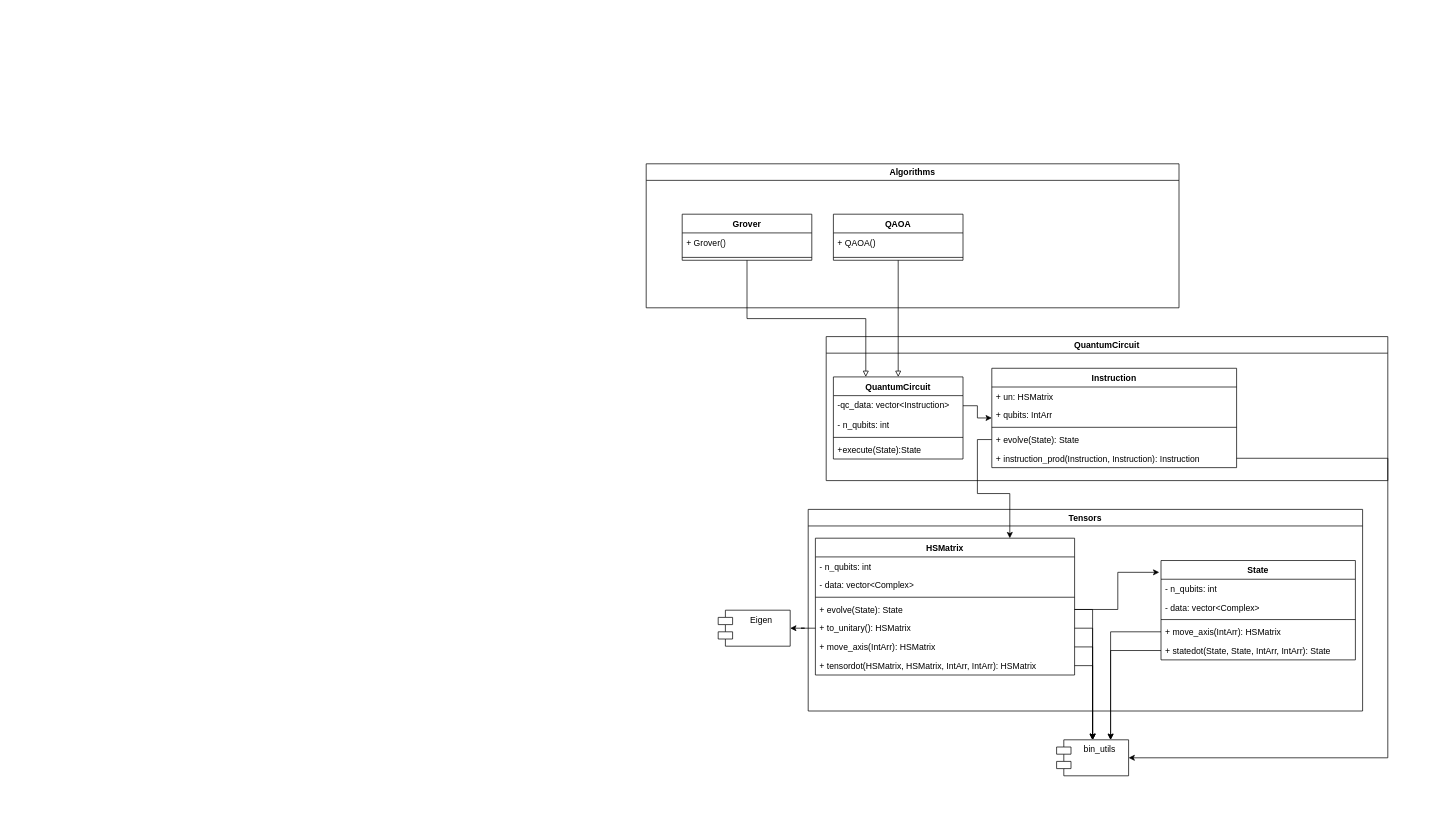
Before: Untitled Diagram.drawio in DanilkaFish/QuantumSim, a draw.io diagram. Source tidied: cells renumbered, new cells numbered last; positions are measured from the earlier drawing's top-left corner, leaving out a move shared by most shapes. Both pictures are drawn from the tidied source at 72%, with x=0, y=0 at pixel (646, 163).
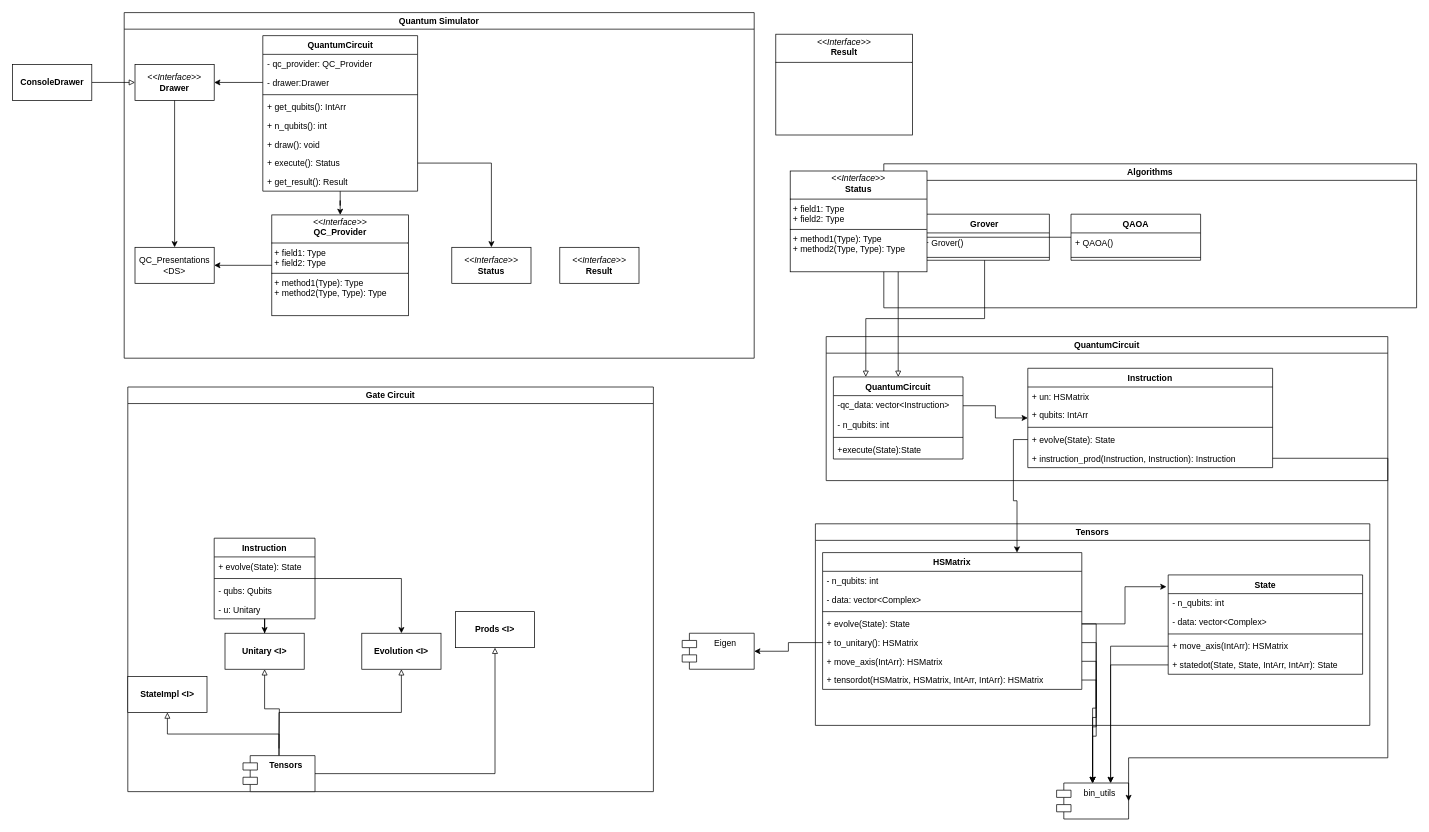
Above is the later version.

Unchanged cells that the change refers to:
```xml
<mxCell id="18" value="&lt;div&gt;QuantumCircuit&lt;/div&gt;" style="swimlane;whiteSpace=wrap;html=1;" parent="1" vertex="1">
  <mxGeometry x="250" y="240" width="780" height="200" as="geometry" />
</mxCell>
```

What changed in the source:
```diff
@@
     <mxCell id="2" value="&lt;div&gt;Tensors&lt;/div&gt;" style="swimlane;whiteSpace=wrap;html=1;rounded=0;" parent="1" vertex="1">
-      <mxGeometry x="225" y="480" width="770" height="280" as="geometry" />
+      <mxGeometry x="235" y="500" width="770" height="280" as="geometry" />
     </mxCell>
@@
     <mxCell id="24" value="Instruction" style="swimlane;fontStyle=1;align=center;verticalAlign=top;horizontal=1;startSize=26;whiteSpace=wrap;html=1;" parent="18" vertex="1">
-      <mxGeometry x="230" y="44" width="340" height="138" as="geometry" />
+      <mxGeometry x="280" y="44" width="340" height="138" as="geometry" />
     </mxCell>
@@
     <mxCell id="31" value="&lt;div&gt;Algorithms&lt;/div&gt;" style="swimlane;whiteSpace=wrap;html=1;" parent="1" vertex="1">
-      <mxGeometry width="740" height="200" as="geometry" />
+      <mxGeometry x="330" width="740" height="200" as="geometry" />
     </mxCell>
@@
     <mxCell id="38" value="&lt;div&gt;Eigen&lt;/div&gt;&lt;div&gt;&lt;br&gt;&lt;/div&gt;" style="shape=module;align=left;spacingLeft=20;align=center;verticalAlign=top;whiteSpace=wrap;html=1;" parent="1" vertex="1">
-      <mxGeometry x="100" y="620" width="100" height="50" as="geometry" />
+      <mxGeometry x="50" y="652" width="100" height="50" as="geometry" />
     </mxCell>
@@
     <mxCell id="40" value="&lt;div&gt;bin_utils&lt;/div&gt;" style="shape=module;align=left;spacingLeft=20;align=center;verticalAlign=top;whiteSpace=wrap;html=1;" parent="1" vertex="1">
-      <mxGeometry x="570" y="800" width="100" height="50" as="geometry" />
+      <mxGeometry x="570" y="860" width="100" height="50" as="geometry" />
     </mxCell>
@@
+    <mxCell id="51" value="&lt;div&gt;Gate Circuit&lt;/div&gt;" style="swimlane;whiteSpace=wrap;html=1;" parent="1" vertex="1">
+      <mxGeometry x="-720" y="310" width="730" height="562" as="geometry" />
+    </mxCell>
+    <mxCell id="52" value="&lt;b&gt;Evolution &amp;lt;I&amp;gt;&lt;/b&gt;" style="html=1;whiteSpace=wrap;" parent="51" vertex="1">
+      <mxGeometry x="325" y="342" width="110" height="50" as="geometry" />
+    </mxCell>
+    <mxCell id="53" style="edgeStyle=orthogonalEdgeStyle;rounded=0;jettySize=auto;html=1;entryX=0.5;entryY=1;entryDx=0;entryDy=0;endArrow=block;endFill=0;exitX=0.5;exitY=0;exitDx=0;exitDy=0;" parent="51" edge="1" source="58" target="52">
+      <mxGeometry relative="1" as="geometry" />
+    </mxCell>
+    <mxCell id="54" style="edgeStyle=orthogonalEdgeStyle;rounded=0;jettySize=auto;html=1;exitX=1;exitY=0.5;exitDx=0;exitDy=0;entryX=0.5;entryY=1;entryDx=0;entryDy=0;endArrow=block;endFill=0;" parent="51" edge="1" source="58" target="55">
+      <mxGeometry relative="1" as="geometry" />
+    </mxCell>
+    <mxCell id="55" value="&lt;b&gt;Prods &amp;lt;I&amp;gt;&lt;/b&gt;" style="html=1;whiteSpace=wrap;" parent="51" vertex="1">
+      <mxGeometry x="455" y="312" width="110" height="50" as="geometry" />
+    </mxCell>
+    <mxCell id="56" style="edgeStyle=orthogonalEdgeStyle;rounded=0;jettySize=auto;html=1;entryX=0.5;entryY=1;entryDx=0;entryDy=0;endArrow=block;endFill=0;" parent="51" edge="1" target="74">
+      <mxGeometry relative="1" as="geometry">
+        <mxPoint x="210" y="502" as="sourcePoint" />
+      </mxGeometry>
+    </mxCell>
+    <mxCell id="57" style="edgeStyle=orthogonalEdgeStyle;rounded=0;jettySize=auto;html=1;exitX=0.5;exitY=0;exitDx=0;exitDy=0;entryX=0.5;entryY=1;entryDx=0;entryDy=0;endArrow=block;endFill=0;" parent="51" edge="1" source="58" target="75">
+      <mxGeometry relative="1" as="geometry" />
+    </mxCell>
+    <mxCell id="58" value="&lt;b&gt;Tensors&lt;/b&gt;" style="shape=module;align=left;spacingLeft=20;align=center;verticalAlign=top;whiteSpace=wrap;html=1;" parent="51" vertex="1">
+      <mxGeometry x="160" y="512" width="100" height="50" as="geometry" />
+    </mxCell>
+    <mxCell id="59" style="edgeStyle=orthogonalEdgeStyle;rounded=0;jettySize=auto;html=1;entryX=0.5;entryY=0;entryDx=0;entryDy=0;" parent="51" edge="1" source="61" target="52">
+      <mxGeometry relative="1" as="geometry" />
+    </mxCell>
+    <mxCell id="60" style="edgeStyle=orthogonalEdgeStyle;rounded=0;jettySize=auto;html=1;entryX=0.5;entryY=0;entryDx=0;entryDy=0;" parent="51" edge="1" source="61" target="74">
+      <mxGeometry relative="1" as="geometry" />
+    </mxCell>
+    <mxCell id="61" value="Instruction" style="swimlane;fontStyle=1;align=center;verticalAlign=top;horizontal=1;startSize=26;whiteSpace=wrap;html=1;" parent="51" vertex="1">
+      <mxGeometry x="120" y="210" width="140" height="112" as="geometry" />
+    </mxCell>
+    <mxCell id="62" style="text;strokeColor=none;fillColor=none;align=left;verticalAlign=top;spacingLeft=4;spacingRight=4;overflow=hidden;whiteSpace=wrap;html=1;" parent="61" vertex="1">
+      <mxGeometry y="26" width="140" height="26" as="geometry" />
+    </mxCell>
+    <mxCell id="63" style="text;strokeColor=none;fillColor=none;align=left;verticalAlign=top;spacingLeft=4;spacingRight=4;overflow=hidden;whiteSpace=wrap;html=1;" parent="61" vertex="1">
+      <mxGeometry y="26" width="140" height="26" as="geometry" />
+    </mxCell>
+    <mxCell id="64" style="text;strokeColor=none;fillColor=none;align=left;verticalAlign=top;spacingLeft=4;spacingRight=4;overflow=hidden;whiteSpace=wrap;html=1;" parent="61" vertex="1">
+      <mxGeometry y="26" width="140" height="26" as="geometry" />
+    </mxCell>
+    <mxCell id="65" value="+ evolve(State): State" style="text;strokeColor=none;fillColor=none;align=left;verticalAlign=top;spacingLeft=4;spacingRight=4;overflow=hidden;whiteSpace=wrap;html=1;" parent="61" vertex="1">
+      <mxGeometry y="26" width="140" height="26" as="geometry" />
+    </mxCell>
+    <mxCell id="66" style="text;strokeColor=none;fillColor=none;align=left;verticalAlign=top;spacingLeft=4;spacingRight=4;overflow=hidden;whiteSpace=wrap;html=1;" parent="61" vertex="1">
+      <mxGeometry y="26" width="140" height="26" as="geometry" />
+    </mxCell>
+    <mxCell id="67" style="text;strokeColor=none;fillColor=none;align=left;verticalAlign=top;spacingLeft=4;spacingRight=4;overflow=hidden;whiteSpace=wrap;html=1;" parent="61" vertex="1">
+      <mxGeometry y="26" width="140" height="26" as="geometry" />
+    </mxCell>
+    <mxCell id="68" style="text;strokeColor=none;fillColor=none;align=left;verticalAlign=top;spacingLeft=4;spacingRight=4;overflow=hidden;whiteSpace=wrap;html=1;" parent="61" vertex="1">
+      <mxGeometry y="26" width="140" height="26" as="geometry" />
+    </mxCell>
+    <mxCell id="69" style="text;strokeColor=none;fillColor=none;align=left;verticalAlign=top;spacingLeft=4;spacingRight=4;overflow=hidden;whiteSpace=wrap;html=1;" parent="61" vertex="1">
+      <mxGeometry y="26" width="140" height="26" as="geometry" />
+    </mxCell>
+    <mxCell id="70" style="text;strokeColor=none;fillColor=none;align=left;verticalAlign=top;spacingLeft=4;spacingRight=4;overflow=hidden;whiteSpace=wrap;html=1;" parent="61" vertex="1">
+      <mxGeometry y="26" width="140" height="26" as="geometry" />
+    </mxCell>
+    <mxCell id="71" style="line;strokeWidth=1;fillColor=none;align=left;verticalAlign=middle;spacingTop=-1;spacingLeft=3;spacingRight=3;labelPosition=right;strokeColor=inherit;" parent="61" vertex="1">
+      <mxGeometry y="52" width="140" height="8" as="geometry" />
+    </mxCell>
+    <mxCell id="72" value="- qubs: Qubits" style="text;strokeColor=none;fillColor=none;align=left;verticalAlign=top;spacingLeft=4;spacingRight=4;overflow=hidden;whiteSpace=wrap;html=1;" parent="61" vertex="1">
+      <mxGeometry y="60" width="140" height="26" as="geometry" />
+    </mxCell>
+    <mxCell id="73" value="- u: Unitary" style="text;strokeColor=none;fillColor=none;align=left;verticalAlign=top;spacingLeft=4;spacingRight=4;overflow=hidden;whiteSpace=wrap;html=1;" parent="61" vertex="1">
+      <mxGeometry y="86" width="140" height="26" as="geometry" />
+    </mxCell>
+    <mxCell id="74" value="&lt;b&gt;Unitary &amp;lt;I&amp;gt;&lt;/b&gt;" style="html=1;whiteSpace=wrap;" parent="51" vertex="1">
+      <mxGeometry x="135" y="342" width="110" height="50" as="geometry" />
+    </mxCell>
+    <mxCell id="75" value="&lt;b&gt;StateImpl &amp;lt;I&amp;gt;&lt;/b&gt;" style="html=1;whiteSpace=wrap;" parent="51" vertex="1">
+      <mxGeometry y="402" width="110" height="50" as="geometry" />
+    </mxCell>
+    <mxCell id="76" style="edgeStyle=orthogonalEdgeStyle;rounded=0;jettySize=auto;html=1;entryX=0;entryY=0.5;entryDx=0;entryDy=0;endArrow=block;endFill=0;" parent="1" edge="1" source="77" target="95">
+      <mxGeometry relative="1" as="geometry" />
+    </mxCell>
+    <mxCell id="77" value="&lt;b&gt;ConsoleDrawer&lt;/b&gt;" style="html=1;whiteSpace=wrap;" parent="1" vertex="1">
+      <mxGeometry x="-880" y="-138" width="110" height="50" as="geometry" />
+    </mxCell>
+    <mxCell id="78" value="Quantum Simulator" style="swimlane;whiteSpace=wrap;html=1;" parent="1" vertex="1">
+      <mxGeometry x="-725" y="-210" width="875" height="480" as="geometry" />
+    </mxCell>
+    <mxCell id="79" value="QC_Presentations &amp;lt;DS&amp;gt;" style="html=1;whiteSpace=wrap;" parent="78" vertex="1">
+      <mxGeometry x="15" y="326" width="110" height="50" as="geometry" />
+    </mxCell>
+    <mxCell id="80" value="&lt;p style=&quot;margin:0px;margin-top:4px;text-align:center;&quot;&gt;&lt;i&gt;&amp;lt;&amp;lt;Interface&amp;gt;&amp;gt;&lt;/i&gt;&lt;br&gt;&lt;b&gt;QC_Provider&lt;/b&gt;&lt;br&gt;&lt;/p&gt;&lt;hr size=&quot;1&quot; style=&quot;border-style:solid;&quot;&gt;&lt;p style=&quot;margin:0px;margin-left:4px;&quot;&gt;+ field1: Type&lt;br&gt;+ field2: Type&lt;/p&gt;&lt;hr size=&quot;1&quot; style=&quot;border-style:solid;&quot;&gt;&lt;p style=&quot;margin:0px;margin-left:4px;&quot;&gt;+ method1(Type): Type&lt;br&gt;+ method2(Type, Type): Type&lt;/p&gt;" style="verticalAlign=top;align=left;overflow=fill;html=1;whiteSpace=wrap;" parent="78" vertex="1">
+      <mxGeometry x="205" y="281" width="190" height="140" as="geometry" />
+    </mxCell>
+    <mxCell id="81" style="edgeStyle=orthogonalEdgeStyle;rounded=0;jettySize=auto;html=1;entryX=1;entryY=0.5;entryDx=0;entryDy=0;" parent="78" edge="1" source="80" target="79">
+      <mxGeometry relative="1" as="geometry" />
+    </mxCell>
+    <mxCell id="82" value="&lt;div&gt;&lt;i&gt;&amp;lt;&amp;lt;Interface&amp;gt;&amp;gt;&lt;br&gt;&lt;/i&gt;&lt;/div&gt;&lt;div&gt;&lt;b&gt;Result&lt;/b&gt;&lt;br&gt;&lt;/div&gt;" style="html=1;whiteSpace=wrap;" parent="78" vertex="1">
+      <mxGeometry x="605" y="326" width="110" height="50" as="geometry" />
+    </mxCell>
+    <mxCell id="83" value="&lt;div&gt;&lt;i&gt;&amp;lt;&amp;lt;Interface&amp;gt;&amp;gt;&lt;br&gt;&lt;/i&gt;&lt;/div&gt;&lt;div&gt;&lt;b&gt;Status&lt;/b&gt;&lt;/div&gt;" style="html=1;whiteSpace=wrap;" parent="78" vertex="1">
+      <mxGeometry x="455" y="326" width="110" height="50" as="geometry" />
+    </mxCell>
+    <mxCell id="84" value="QuantumCircuit" style="swimlane;fontStyle=1;align=center;verticalAlign=top;horizontal=1;startSize=26;whiteSpace=wrap;html=1;" parent="78" vertex="1">
+      <mxGeometry x="192.5" y="32" width="215" height="216" as="geometry" />
+    </mxCell>
+    <mxCell id="85" value="- qc_provider: QC_Provider" style="text;strokeColor=none;fillColor=none;align=left;verticalAlign=top;spacingLeft=4;spacingRight=4;overflow=hidden;whiteSpace=wrap;html=1;" parent="84" vertex="1">
+      <mxGeometry y="26" width="215" height="26" as="geometry" />
+    </mxCell>
+    <mxCell id="86" value="- drawer:Drawer" style="text;strokeColor=none;fillColor=none;align=left;verticalAlign=top;spacingLeft=4;spacingRight=4;overflow=hidden;points=[[0,0.5],[1,0.5]];portConstraint=eastwest;whiteSpace=wrap;html=1;" parent="84" vertex="1">
+      <mxGeometry y="52" width="215" height="26" as="geometry" />
+    </mxCell>
+    <mxCell id="87" style="line;strokeWidth=1;fillColor=none;align=left;verticalAlign=middle;spacingTop=-1;spacingLeft=3;spacingRight=3;labelPosition=right;strokeColor=inherit;" parent="84" vertex="1">
+      <mxGeometry y="78" width="215" height="8" as="geometry" />
+    </mxCell>
+    <mxCell id="88" value="+ get_qubits(): IntArr" style="text;strokeColor=none;fillColor=none;align=left;verticalAlign=top;spacingLeft=4;spacingRight=4;overflow=hidden;whiteSpace=wrap;html=1;" parent="84" vertex="1">
+      <mxGeometry y="86" width="215" height="26" as="geometry" />
+    </mxCell>
+    <mxCell id="89" value="+ n_qubits(): int" style="text;strokeColor=none;fillColor=none;align=left;verticalAlign=top;spacingLeft=4;spacingRight=4;overflow=hidden;whiteSpace=wrap;html=1;" parent="84" vertex="1">
+      <mxGeometry y="112" width="215" height="26" as="geometry" />
+    </mxCell>
+    <mxCell id="90" value="+ draw(): void" style="text;strokeColor=none;fillColor=none;align=left;verticalAlign=top;spacingLeft=4;spacingRight=4;overflow=hidden;whiteSpace=wrap;html=1;" parent="84" vertex="1">
+      <mxGeometry y="138" width="215" height="26" as="geometry" />
+    </mxCell>
+    <mxCell id="91" value="&lt;div&gt;+ execute(): Status&lt;br&gt;&lt;/div&gt;&amp;nbsp;" style="text;strokeColor=none;fillColor=none;align=left;verticalAlign=top;spacingLeft=4;spacingRight=4;overflow=hidden;points=[[0,0.5],[1,0.5]];portConstraint=eastwest;whiteSpace=wrap;html=1;" parent="84" vertex="1">
+      <mxGeometry y="164" width="215" height="26" as="geometry" />
+    </mxCell>
+    <mxCell id="92" value="+ get_result(): Result" style="text;strokeColor=none;fillColor=none;align=left;verticalAlign=top;spacingLeft=4;spacingRight=4;overflow=hidden;whiteSpace=wrap;html=1;" parent="84" vertex="1">
+      <mxGeometry y="190" width="215" height="26" as="geometry" />
+    </mxCell>
+    <mxCell id="93" style="edgeStyle=orthogonalEdgeStyle;rounded=0;jettySize=auto;html=1;entryX=0.5;entryY=0;entryDx=0;entryDy=0;" parent="78" edge="1" source="91" target="83">
+      <mxGeometry relative="1" as="geometry" />
+    </mxCell>
+    <mxCell id="94" style="edgeStyle=orthogonalEdgeStyle;rounded=0;jettySize=auto;html=1;entryX=0.5;entryY=0;entryDx=0;entryDy=0;" parent="78" edge="1" source="84" target="80">
+      <mxGeometry relative="1" as="geometry" />
+    </mxCell>
+    <mxCell id="95" value="&lt;i&gt;&amp;lt;&amp;lt;Interface&amp;gt;&amp;gt;&lt;/i&gt;&lt;div&gt;&lt;b&gt;Drawer&lt;/b&gt;&lt;/div&gt;" style="html=1;whiteSpace=wrap;" parent="78" vertex="1">
+      <mxGeometry x="15" y="72" width="110" height="50" as="geometry" />
+    </mxCell>
+    <mxCell id="96" style="edgeStyle=orthogonalEdgeStyle;rounded=0;jettySize=auto;html=1;" parent="78" edge="1" source="95" target="79">
+      <mxGeometry relative="1" as="geometry" />
+    </mxCell>
+    <mxCell id="97" style="edgeStyle=orthogonalEdgeStyle;rounded=0;jettySize=auto;html=1;entryX=1;entryY=0.5;entryDx=0;entryDy=0;" parent="78" edge="1" source="86" target="95">
+      <mxGeometry relative="1" as="geometry" />
+    </mxCell>
+    <mxCell id="98" value="&lt;p style=&quot;margin:0px;margin-top:4px;text-align:center;&quot;&gt;&lt;i&gt;&amp;lt;&amp;lt;Interface&amp;gt;&amp;gt;&lt;/i&gt;&lt;br&gt;&lt;b&gt;Result&lt;/b&gt;&lt;br&gt;&lt;/p&gt;&lt;hr size=&quot;1&quot; style=&quot;border-style:solid;&quot;&gt;" style="verticalAlign=top;align=left;overflow=fill;html=1;whiteSpace=wrap;" parent="1" vertex="1">
+      <mxGeometry x="180" y="-180" width="190" height="140" as="geometry" />
+    </mxCell>
+    <mxCell id="99" value="&lt;p style=&quot;margin:0px;margin-top:4px;text-align:center;&quot;&gt;&lt;i&gt;&amp;lt;&amp;lt;Interface&amp;gt;&amp;gt;&lt;/i&gt;&lt;br&gt;&lt;b&gt;Status&lt;/b&gt;&lt;br&gt;&lt;/p&gt;&lt;hr size=&quot;1&quot; style=&quot;border-style:solid;&quot;&gt;&lt;p style=&quot;margin:0px;margin-left:4px;&quot;&gt;+ field1: Type&lt;br&gt;+ field2: Type&lt;/p&gt;&lt;hr size=&quot;1&quot; style=&quot;border-style:solid;&quot;&gt;&lt;p style=&quot;margin:0px;margin-left:4px;&quot;&gt;+ method1(Type): Type&lt;br&gt;+ method2(Type, Type): Type&lt;/p&gt;" style="verticalAlign=top;align=left;overflow=fill;html=1;whiteSpace=wrap;" parent="1" vertex="1">
+      <mxGeometry x="200" y="10" width="190" height="140" as="geometry" />
+    </mxCell>
```
